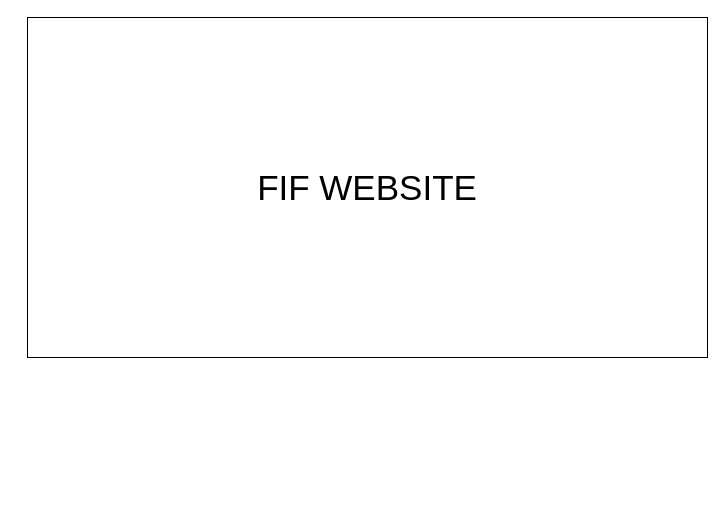
Above: diagram.drawio in TadyLucas/Quote (draw.io), before the change. Source tidied: cells renumbered, new cells numbered last; positions are measured from the earlier drawing's top-left corner, leaving out a move shared by most shapes. Both pictures are drawn from the tidied source at 100%, with x=0, y=0 at pixel (27, 17).
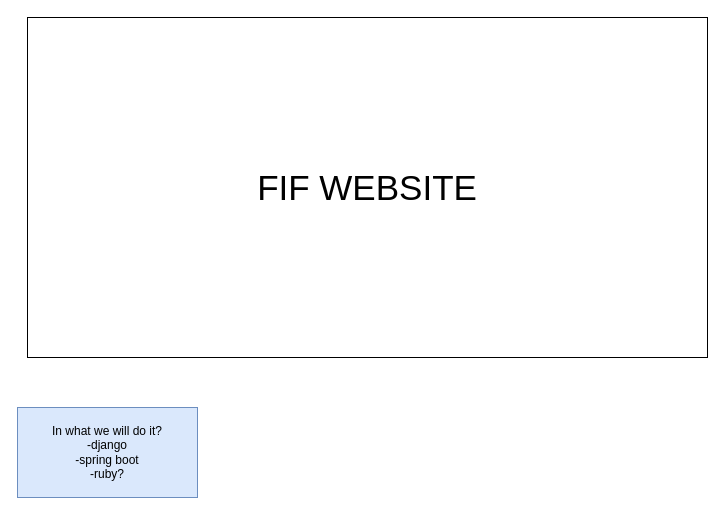
The same diagram, later.

The edit, as a diff of the source:
```diff
@@
 <mxGraphModel>
   <root>
     <mxCell id="0" />
     <mxCell id="1" parent="0" />
     <mxCell id="2" value="&lt;font style=&quot;font-size: 35px;&quot;&gt;FIF WEBSITE&lt;/font&gt;" style="rounded=0;whiteSpace=wrap;html=1;" parent="1" vertex="1">
       <mxGeometry width="680" height="340" as="geometry" />
     </mxCell>
+    <mxCell id="3" value="&lt;div&gt;In what we will do it?&lt;/div&gt;&lt;div&gt;-django&lt;/div&gt;&lt;div&gt;-spring boot&lt;/div&gt;&lt;div&gt;-ruby?&lt;br&gt;&lt;/div&gt;" style="rounded=0;whiteSpace=wrap;html=1;fillColor=#dae8fc;strokeColor=#6c8ebf;" parent="1" vertex="1">
+      <mxGeometry x="-10" y="390" width="180" height="90" as="geometry" />
+    </mxCell>
   </root>
 </mxGraphModel>
```
